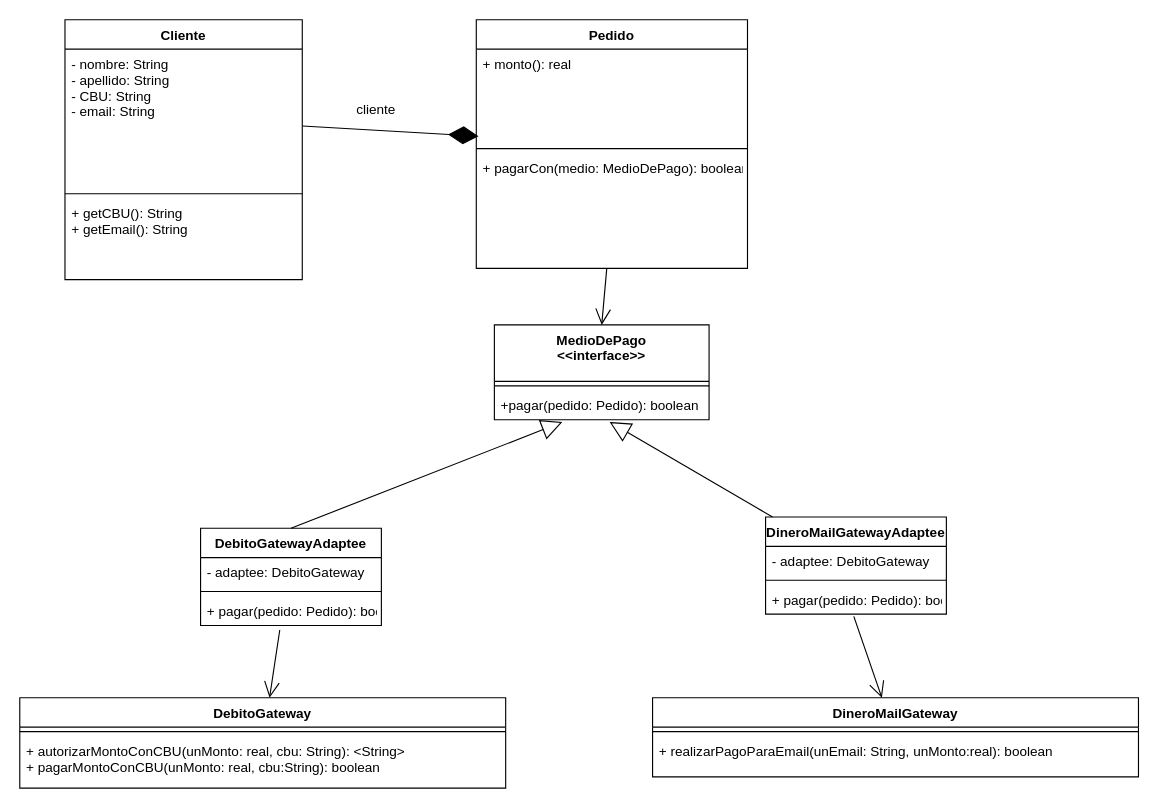
ssofiaavila/OO2--Informatica-UNLP keeps this draw.io diagram as Prácticas/UML's/practica7_2.drawio. Above is the earlier version. Source tidied: cells renumbered, new cells numbered last; positions are measured from the earlier drawing's top-left corner, leaving out a move shared by most shapes. Both pictures are drawn from the tidied source at 113%, with x=0, y=0 at pixel (19, 19).
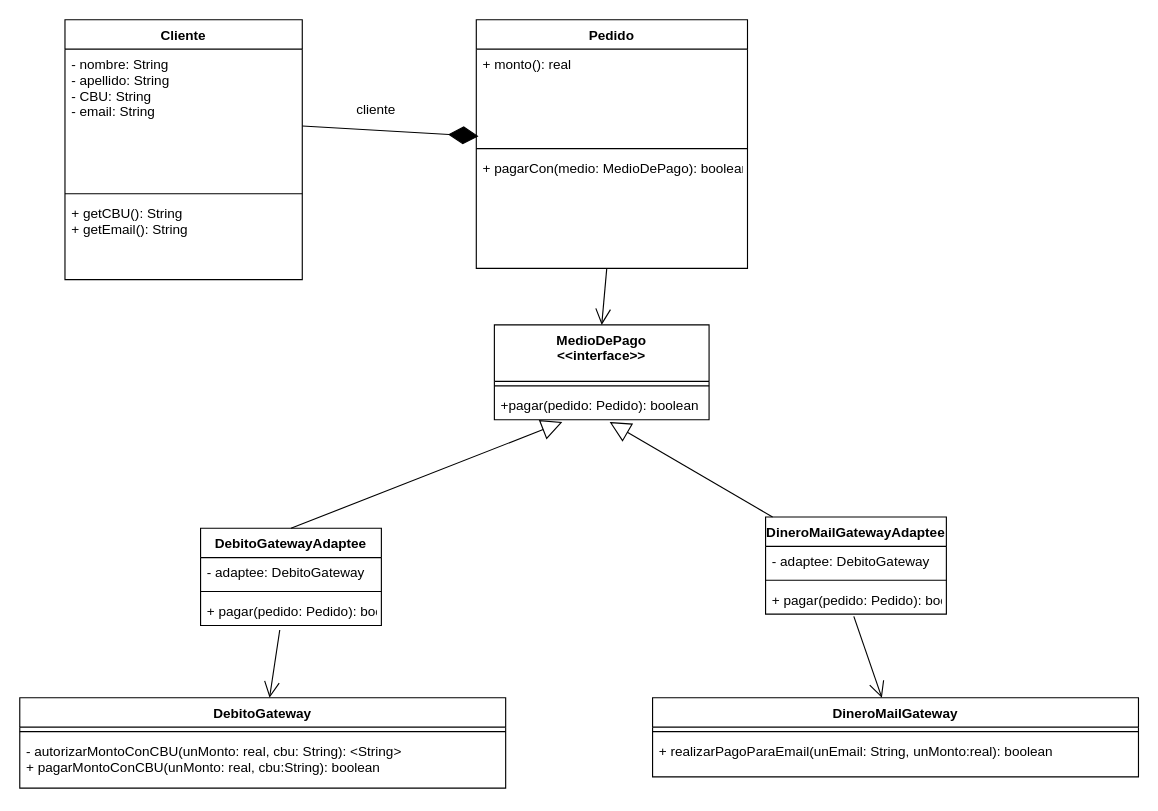
The same page after the edit.

Unchanged cells that the change refers to:
```xml
<mxCell id="12" value="DebitoGateway" style="swimlane;fontStyle=1;align=center;verticalAlign=top;horizontal=1;startSize=26;" parent="1" vertex="1">
  <mxGeometry y="600" width="430" height="80" as="geometry" />
</mxCell>
```

Diff of the diagram source:
```diff
@@
-    <mxCell id="14" value="+ autorizarMontoConCBU(unMonto: real, cbu: String): &lt;String&gt;&#10;+ pagarMontoConCBU(unMonto: real, cbu:String): boolean" style="text;strokeColor=none;fillColor=none;align=left;verticalAlign=top;spacingLeft=4;spacingRight=4;overflow=hidden;" parent="12" vertex="1">
+    <mxCell id="14" value="- autorizarMontoConCBU(unMonto: real, cbu: String): &lt;String&gt;&#10;+ pagarMontoConCBU(unMonto: real, cbu:String): boolean" style="text;strokeColor=none;fillColor=none;align=left;verticalAlign=top;spacingLeft=4;spacingRight=4;overflow=hidden;" parent="12" vertex="1">
       <mxGeometry y="34" width="430" height="46" as="geometry" />
     </mxCell>
```
